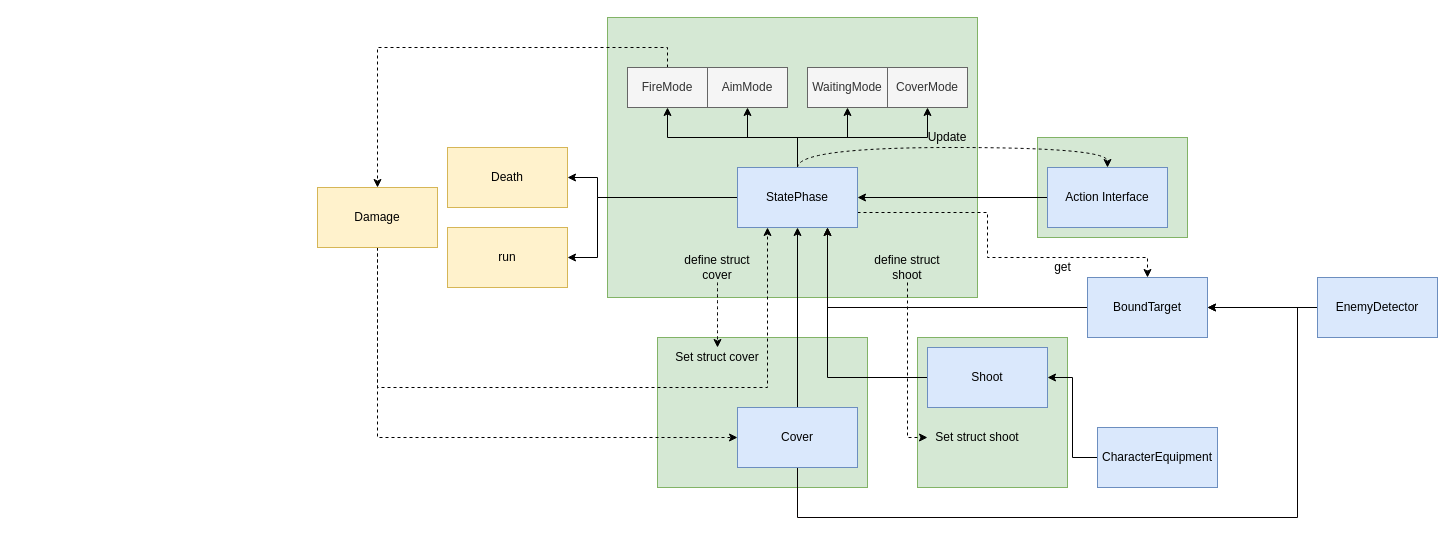
Earlier version of the draw.io diagram Draw io/Cover and Fire programing scheme.drawio (ludoxe/Cover-and-Fire). Source tidied: cells renumbered, new cells numbered last; positions are measured from the earlier drawing's top-left corner, leaving out a move shared by most shapes. Both pictures are drawn from the tidied source at 100%, with x=0, y=0 at pixel (317, 17).
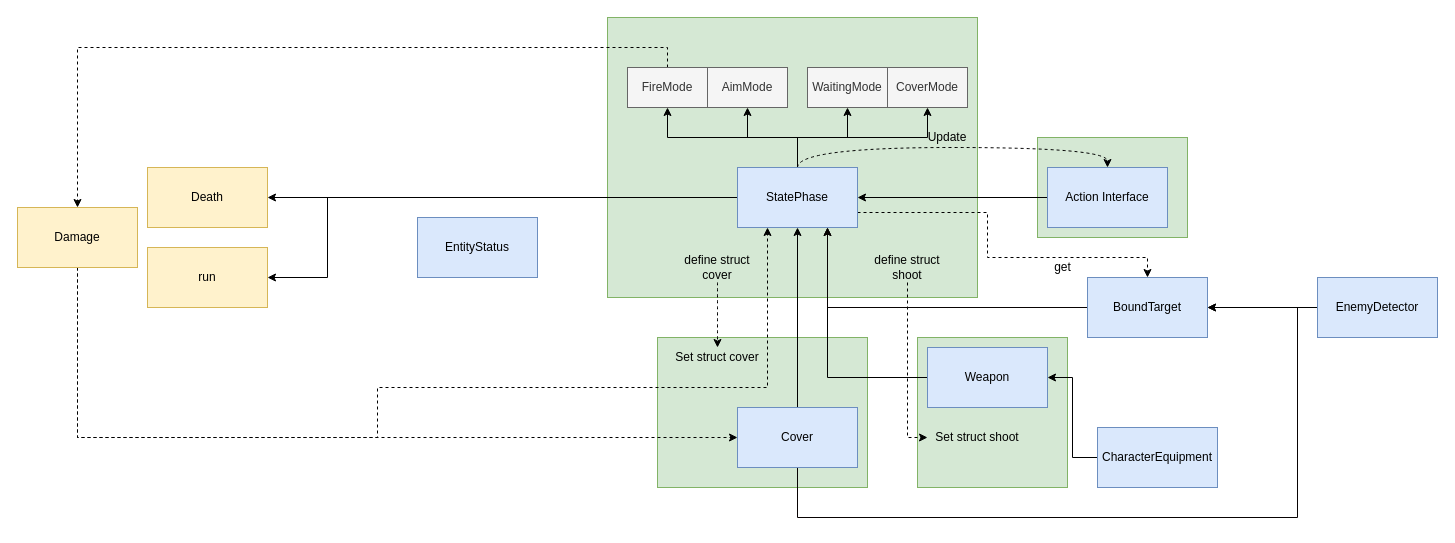
After the change.

Unchanged cells that the change refers to:
```xml
<mxCell id="14" value="StatePhase" style="rounded=0;whiteSpace=wrap;html=1;fillColor=#dae8fc;strokeColor=#6c8ebf;" parent="1" vertex="1">
  <mxGeometry x="420" y="150" width="120" height="60" as="geometry" />
</mxCell>
```

Change to the diagram source:
```diff
@@
     <mxCell id="6" style="edgeStyle=orthogonalEdgeStyle;rounded=0;jettySize=auto;html=1;exitX=0;exitY=0.5;exitDx=0;exitDy=0;entryX=1;entryY=0.5;entryDx=0;entryDy=0;" parent="1" edge="1" source="14" target="23">
-      <mxGeometry relative="1" as="geometry">
-        <Array as="points">
-          <mxPoint x="280" y="180" />
-          <mxPoint x="280" y="160" />
-        </Array>
-      </mxGeometry>
+      <mxGeometry relative="1" as="geometry" />
     </mxCell>
     <mxCell id="7" style="edgeStyle=orthogonalEdgeStyle;rounded=0;jettySize=auto;html=1;exitX=0;exitY=0.5;exitDx=0;exitDy=0;entryX=1;entryY=0.5;entryDx=0;entryDy=0;" parent="1" edge="1" source="14" target="24">
       <mxGeometry relative="1" as="geometry">
         <Array as="points">
-          <mxPoint x="280" y="180" />
-          <mxPoint x="280" y="240" />
+          <mxPoint x="10" y="180" />
+          <mxPoint x="10" y="260" />
         </Array>
       </mxGeometry>
     </mxCell>
@@
     <mxCell id="23" value="Death" style="rounded=0;whiteSpace=wrap;html=1;fillColor=#fff2cc;strokeColor=#d6b656;" parent="1" vertex="1">
-      <mxGeometry x="130" y="130" width="120" height="60" as="geometry" />
+      <mxGeometry x="-170" y="150" width="120" height="60" as="geometry" />
     </mxCell>
     <mxCell id="24" value="run" style="rounded=0;whiteSpace=wrap;html=1;fillColor=#fff2cc;strokeColor=#d6b656;" parent="1" vertex="1">
-      <mxGeometry x="130" y="210" width="120" height="60" as="geometry" />
+      <mxGeometry x="-170" y="230" width="120" height="60" as="geometry" />
     </mxCell>
@@
     <mxCell id="31" style="edgeStyle=orthogonalEdgeStyle;rounded=0;jettySize=auto;html=1;exitX=0.5;exitY=1;exitDx=0;exitDy=0;dashed=1;entryX=0.25;entryY=1;entryDx=0;entryDy=0;" parent="1" edge="1" source="32" target="14">
       <mxGeometry relative="1" as="geometry">
         <Array as="points">
+          <mxPoint x="-240" y="420" />
+          <mxPoint x="60" y="420" />
           <mxPoint x="60" y="370" />
           <mxPoint x="450" y="370" />
         </Array>
       </mxGeometry>
     </mxCell>
     <mxCell id="32" value="Damage" style="whiteSpace=wrap;html=1;fillColor=#fff2cc;strokeColor=#d6b656;" parent="1" vertex="1">
-      <mxGeometry y="170" width="120" height="60" as="geometry" />
+      <mxGeometry x="-300" y="190" width="120" height="60" as="geometry" />
     </mxCell>
@@
-    <mxCell id="36" value="Shoot" style="rounded=0;whiteSpace=wrap;html=1;fillColor=#dae8fc;strokeColor=#6c8ebf;" parent="1" vertex="1">
+    <mxCell id="36" value="Weapon" style="rounded=0;whiteSpace=wrap;html=1;fillColor=#dae8fc;strokeColor=#6c8ebf;" parent="1" vertex="1">
       <mxGeometry x="610" y="330" width="120" height="60" as="geometry" />
     </mxCell>
@@
+    <mxCell id="47" value="EntityStatus" style="rounded=0;whiteSpace=wrap;html=1;fillColor=#dae8fc;strokeColor=#6c8ebf;" parent="1" vertex="1">
+      <mxGeometry x="100" y="200" width="120" height="60" as="geometry" />
+    </mxCell>
```
